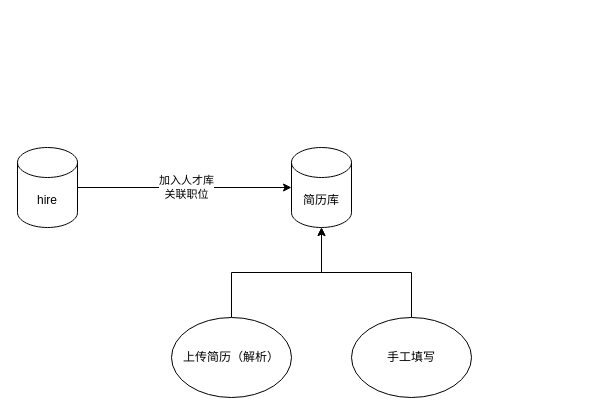
diaohancai/diagrams keeps this draw.io diagram as 智能招聘表设计.drawio. Above is the earlier version. Source tidied: cells renumbered, new cells numbered last; positions are measured from the earlier drawing's top-left corner, leaving out a move shared by most shapes. Both pictures are drawn from the tidied source at 100%, with x=0, y=0 at pixel (17, 147).
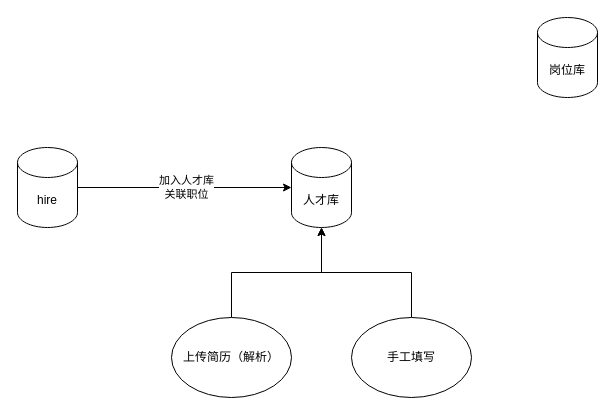
The same page after the edit.

Commit message (it also covers changes not shown here):
Update 智能招聘表设计.drawio

The edit, as a diff of the source:
```diff
@@
 <mxGraphModel>
   <root>
     <mxCell id="0" />
     <mxCell id="1" parent="0" />
     <mxCell id="2" style="edgeStyle=orthogonalEdgeStyle;rounded=0;jettySize=auto;html=1;entryX=0;entryY=0.5;entryDx=0;entryDy=0;entryPerimeter=0;" parent="1" edge="1" source="4" target="5">
       <mxGeometry relative="1" as="geometry" />
     </mxCell>
     <mxCell id="3" value="加入人才库&lt;br&gt;关联职位" style="edgeLabel;html=1;align=center;verticalAlign=middle;" parent="2" vertex="1">
       <mxGeometry x="0.01" y="1" relative="1" as="geometry" />
     </mxCell>
     <mxCell id="4" value="hire" style="shape=cylinder3;whiteSpace=wrap;html=1;boundedLbl=1;backgroundOutline=1;size=15;" parent="1" vertex="1">
       <mxGeometry width="60" height="80" as="geometry" />
     </mxCell>
-    <mxCell id="5" value="简历库" style="shape=cylinder3;whiteSpace=wrap;html=1;boundedLbl=1;backgroundOutline=1;size=15;" parent="1" vertex="1">
+    <mxCell id="5" value="人才库" style="shape=cylinder3;whiteSpace=wrap;html=1;boundedLbl=1;backgroundOutline=1;size=15;" parent="1" vertex="1">
       <mxGeometry x="274" width="60" height="80" as="geometry" />
     </mxCell>
     <mxCell id="6" style="edgeStyle=orthogonalEdgeStyle;rounded=0;jettySize=auto;html=1;exitX=0.5;exitY=0;exitDx=0;exitDy=0;entryX=0.5;entryY=1;entryDx=0;entryDy=0;entryPerimeter=0;" parent="1" edge="1" source="7" target="5">
       <mxGeometry relative="1" as="geometry" />
     </mxCell>
     <mxCell id="7" value="上传简历（解析）" style="ellipse;whiteSpace=wrap;html=1;" parent="1" vertex="1">
       <mxGeometry x="154" y="170" width="120" height="80" as="geometry" />
     </mxCell>
     <mxCell id="8" style="edgeStyle=orthogonalEdgeStyle;rounded=0;jettySize=auto;html=1;exitX=0.5;exitY=0;exitDx=0;exitDy=0;entryX=0.5;entryY=1;entryDx=0;entryDy=0;entryPerimeter=0;" parent="1" edge="1" source="9" target="5">
       <mxGeometry relative="1" as="geometry" />
     </mxCell>
     <mxCell id="9" value="手工填写" style="ellipse;whiteSpace=wrap;html=1;" parent="1" vertex="1">
       <mxGeometry x="334" y="170" width="120" height="80" as="geometry" />
     </mxCell>
+    <mxCell id="10" value="岗位库" style="shape=cylinder3;whiteSpace=wrap;html=1;boundedLbl=1;backgroundOutline=1;size=15;" parent="1" vertex="1">
+      <mxGeometry x="520" y="-130" width="60" height="80" as="geometry" />
+    </mxCell>
   </root>
 </mxGraphModel>
```
